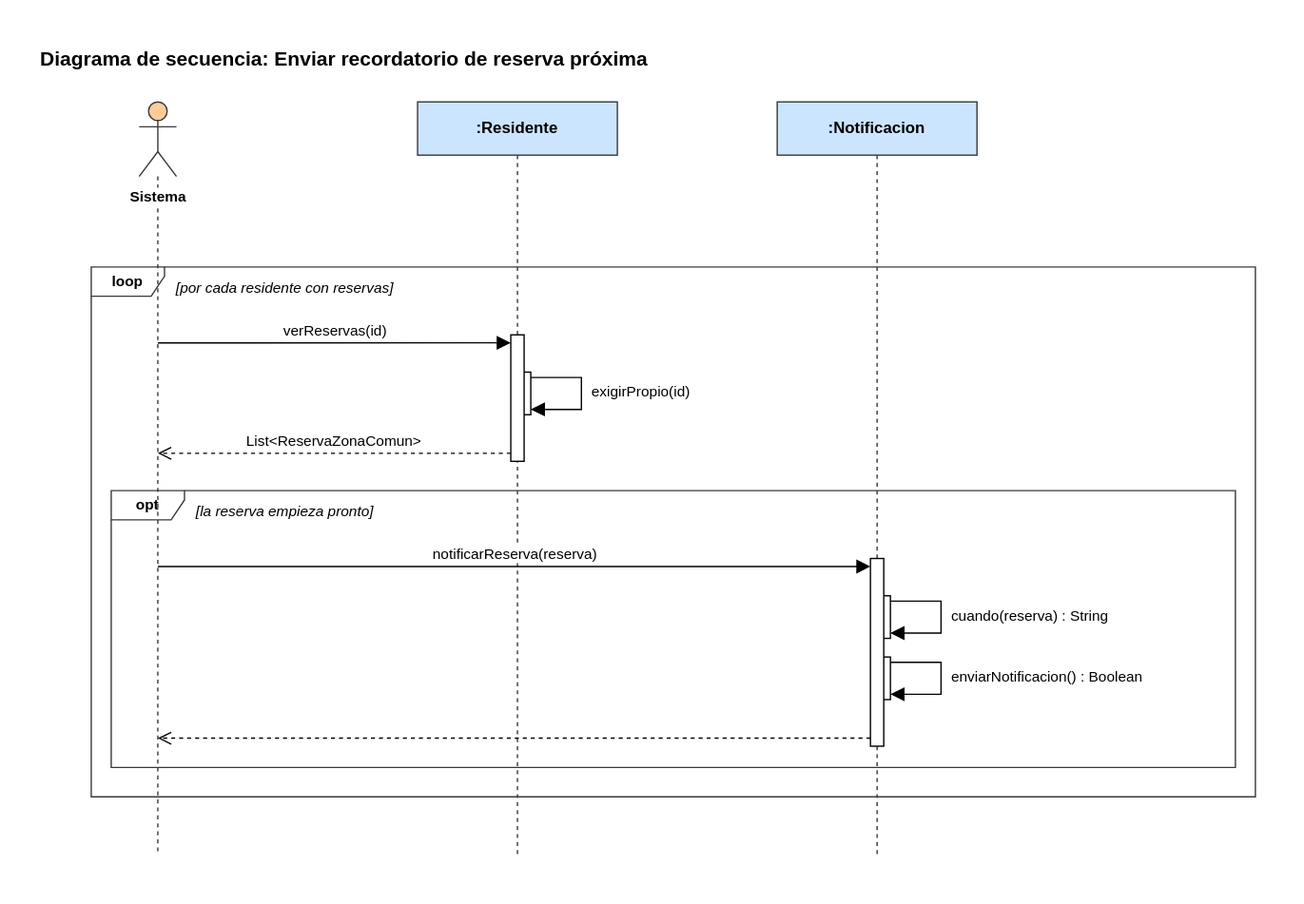
manuel20051208/HorizontalSoftware-Back-End keeps this draw.io diagram as Diagramas/Secuencia/enviar-recordatorio-de-reserva-proxima.svg. Above is the earlier version. Source tidied: cells renumbered, new cells last; positions are measured from the earlier drawing's top-left corner, leaving out a move shared by most shapes.
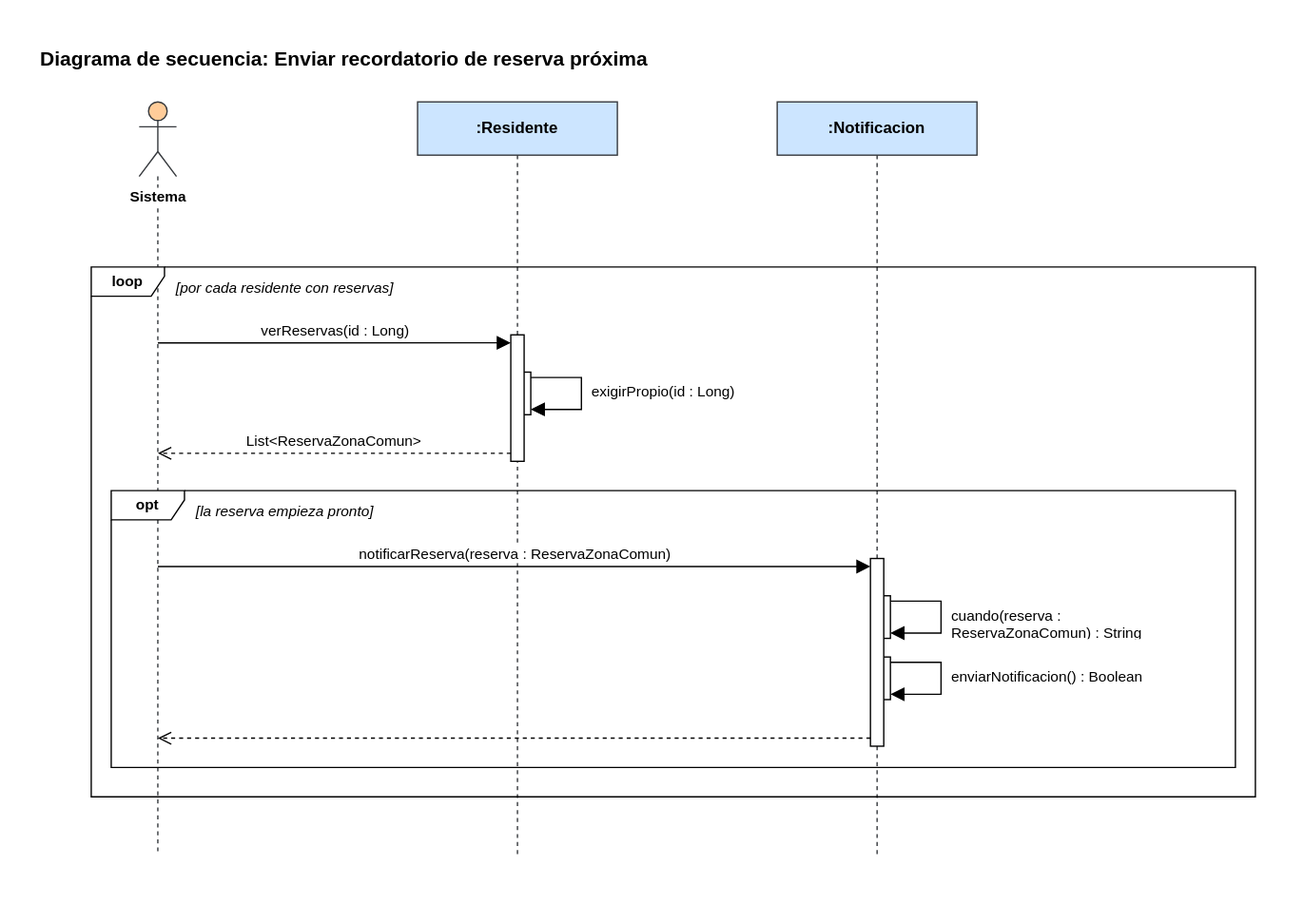
Later version of the same file.

Change to the diagram source:
```diff
@@ -29,7 +29,7 @@
     <mxCell id="10" style="html=1;points=[];perimeter=orthogonalPerimeter;fillColor=#ffffff;strokeColor=#000000;" parent="1" vertex="1">
       <mxGeometry x="625" y="391" width="10" height="141" as="geometry" />
     </mxCell>
-    <mxCell id="11" value="verReservas(id)" style="html=1;verticalAlign=bottom;rounded=0;fontSize=11;strokeColor=#000000;endArrow=block;endFill=1;endSize=8;exitX=0.5000;exitY=0.3198;exitDx=0;exitDy=0;exitPerimeter=0;entryX=0.0000;entryY=0.0632;entryDx=0;entryDy=0;entryPerimeter=0;" parent="1" edge="1" source="3" target="7">
+    <mxCell id="11" value="verReservas(id : Long)" style="html=1;verticalAlign=bottom;rounded=0;fontSize=11;strokeColor=#000000;endArrow=block;endFill=1;endSize=8;exitX=0.5000;exitY=0.3198;exitDx=0;exitDy=0;exitPerimeter=0;entryX=0.0000;entryY=0.0632;entryDx=0;entryDy=0;entryPerimeter=0;" parent="1" edge="1" source="3" target="7">
       <mxGeometry relative="1" as="geometry" />
     </mxCell>
     <mxCell id="12" style="html=1;rounded=0;endArrow=block;endFill=1;endSize=8;strokeColor=#000000;exitX=1.0000;exitY=0.1250;exitDx=0;exitDy=0;exitPerimeter=0;entryX=1.0000;entryY=0.8750;entryDx=0;entryDy=0;entryPerimeter=0;" parent="1" edge="1" source="6" target="6">
@@ -43,7 +43,7 @@
     <mxCell id="13" value="List&amp;lt;ReservaZonaComun&amp;gt;" style="html=1;verticalAlign=bottom;rounded=0;fontSize=11;strokeColor=#000000;dashed=1;endArrow=open;endFill=0;endSize=8;exitX=0.0000;exitY=0.9368;exitDx=0;exitDy=0;exitPerimeter=0;entryX=0.5000;entryY=0.4664;entryDx=0;entryDy=0;entryPerimeter=0;" parent="1" edge="1" source="7" target="3">
       <mxGeometry relative="1" as="geometry" />
     </mxCell>
-    <mxCell id="14" value="notificarReserva(reserva)" style="html=1;verticalAlign=bottom;rounded=0;fontSize=11;strokeColor=#000000;endArrow=block;endFill=1;endSize=8;exitX=0.5000;exitY=0.6166;exitDx=0;exitDy=0;exitPerimeter=0;entryX=0.0000;entryY=0.0426;entryDx=0;entryDy=0;entryPerimeter=0;" parent="1" edge="1" source="3" target="10">
+    <mxCell id="14" value="notificarReserva(reserva : ReservaZonaComun)" style="html=1;verticalAlign=bottom;rounded=0;fontSize=11;strokeColor=#000000;endArrow=block;endFill=1;endSize=8;exitX=0.5000;exitY=0.6166;exitDx=0;exitDy=0;exitPerimeter=0;entryX=0.0000;entryY=0.0426;entryDx=0;entryDy=0;entryPerimeter=0;" parent="1" edge="1" source="3" target="10">
       <mxGeometry relative="1" as="geometry" />
     </mxCell>
     <mxCell id="15" style="html=1;rounded=0;endArrow=block;endFill=1;endSize=8;strokeColor=#000000;exitX=1.0000;exitY=0.1250;exitDx=0;exitDy=0;exitPerimeter=0;entryX=1.0000;entryY=0.8750;entryDx=0;entryDy=0;entryPerimeter=0;" parent="1" edge="1" source="8" target="8">
@@ -65,19 +65,19 @@
     <mxCell id="17" style="html=1;verticalAlign=bottom;rounded=0;fontSize=11;strokeColor=#000000;dashed=1;endArrow=open;endFill=0;endSize=8;exitX=0.0000;exitY=0.9574;exitDx=0;exitDy=0;exitPerimeter=0;entryX=0.5000;entryY=0.8445;entryDx=0;entryDy=0;entryPerimeter=0;" parent="1" edge="1" source="10" target="3">
       <mxGeometry relative="1" as="geometry" />
     </mxCell>
-    <mxCell id="18" value="exigirPropio(id)" style="text;html=1;align=left;verticalAlign=top;whiteSpace=wrap;overflow=hidden;fontSize=11;" parent="1" vertex="1">
+    <mxCell id="18" value="exigirPropio(id : Long)" style="text;html=1;align=left;verticalAlign=top;whiteSpace=wrap;overflow=hidden;fontSize=11;" parent="1" vertex="1">
       <mxGeometry x="414" y="253" width="185" height="28" as="geometry" />
     </mxCell>
-    <mxCell id="19" value="cuando(reserva) : String" style="text;html=1;align=left;verticalAlign=top;whiteSpace=wrap;overflow=hidden;fontSize=11;" parent="1" vertex="1">
+    <mxCell id="19" value="cuando(reserva : ReservaZonaComun) : String" style="text;html=1;align=left;verticalAlign=top;whiteSpace=wrap;overflow=hidden;fontSize=11;" parent="1" vertex="1">
       <mxGeometry x="684" y="421" width="185" height="28" as="geometry" />
     </mxCell>
     <mxCell id="20" value="enviarNotificacion() : Boolean" style="text;html=1;align=left;verticalAlign=top;whiteSpace=wrap;overflow=hidden;fontSize=11;" parent="1" vertex="1">
       <mxGeometry x="684" y="467" width="185" height="28" as="geometry" />
     </mxCell>
-    <mxCell id="21" value="opt" style="shape=umlFrame;whiteSpace=wrap;html=1;fillColor=none;strokeColor=#36393d;fontStyle=1;fontSize=11;width=55;height=22;" parent="1" vertex="1">
+    <mxCell id="21" value="opt" style="shape=umlFrame;whiteSpace=wrap;html=1;fontStyle=1;fontSize=11;width=55;height=22;" parent="1" vertex="1">
       <mxGeometry x="55" y="340" width="844" height="208" as="geometry" />
     </mxCell>
-    <mxCell id="22" value="loop" style="shape=umlFrame;whiteSpace=wrap;html=1;fillColor=none;strokeColor=#36393d;fontStyle=1;fontSize=11;width=55;height=22;" parent="1" vertex="1">
+    <mxCell id="22" value="loop" style="shape=umlFrame;whiteSpace=wrap;html=1;fontStyle=1;fontSize=11;width=55;height=22;" parent="1" vertex="1">
       <mxGeometry x="40" y="172" width="874" height="398" as="geometry" />
     </mxCell>
     <mxCell id="23" value="[la reserva empieza pronto]" style="text;html=1;align=left;verticalAlign=top;whiteSpace=wrap;fontSize=11;fontStyle=2;" parent="1" vertex="1">
```
